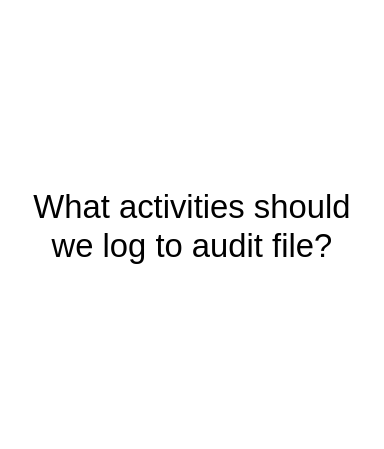
The-Software-Guild/vending-machine-assessment-austinwongdev keeps this draw.io diagram as page "Questions" (4 of 4) of VendingMachineDesign.drawio. Above is the earlier version. Source tidied: cells renumbered, new cells numbered last; positions are measured from the earlier drawing's top-left corner, leaving out a move shared by most shapes. Both pictures are drawn from the tidied source at 164%, with x=0, y=0 at pixel (28, 208).
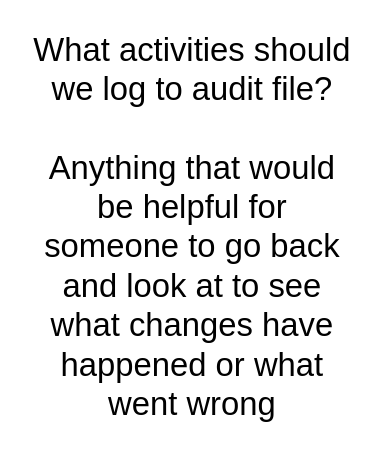
The same diagram, later.

The edit, as a diff of the source:
```diff
@@
 <mxGraphModel>
   <root>
     <mxCell id="0" />
     <mxCell id="1" parent="0" />
-    <mxCell id="2" value="What activities should we log to audit file?" style="text;html=1;strokeColor=none;fillColor=none;align=center;verticalAlign=middle;whiteSpace=wrap;rounded=0;fontSize=20;" parent="1" vertex="1">
+    <mxCell id="2" value="What activities should we log to audit file?&lt;br&gt;&lt;br&gt;Anything that would be helpful for someone to go back and look at to see what changes have happened or what went wrong" style="text;html=1;strokeColor=none;fillColor=none;align=center;verticalAlign=middle;whiteSpace=wrap;rounded=0;fontSize=20;" parent="1" vertex="1">
       <mxGeometry width="200" height="20" as="geometry" />
     </mxCell>
   </root>
 </mxGraphModel>
```
